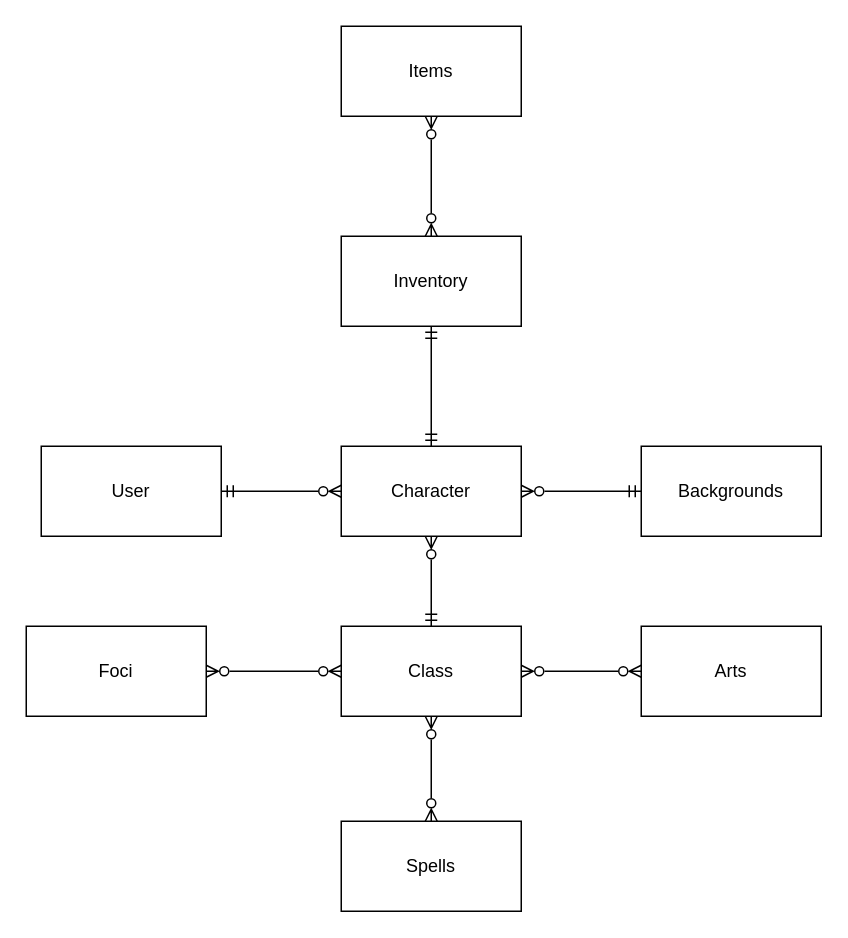
This is Diagrams/Basic ERD for WWN CB.drawio from JerryBruce/WWN-Character-Builder, a draw.io file, before an edit. Source tidied: cells renumbered, new cells numbered last; positions are measured from the earlier drawing's top-left corner, leaving out a move shared by most shapes. Both pictures are drawn from the tidied source at 150%, with x=0, y=0 at pixel (26, 26).
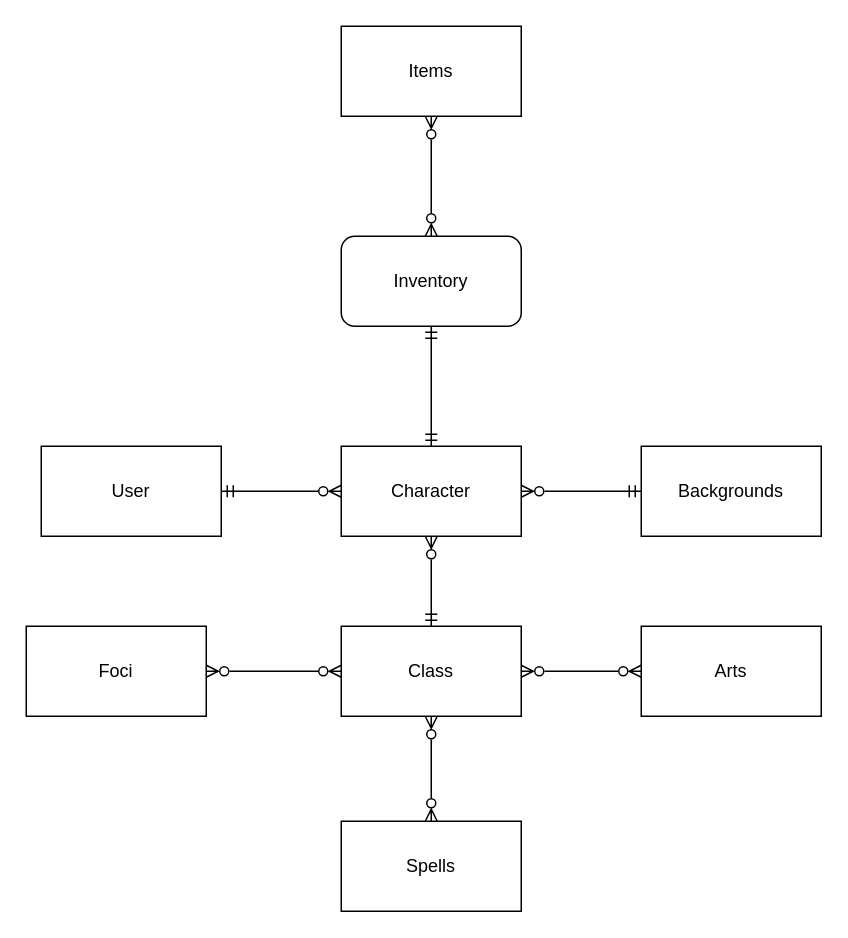
The same page after the edit.

Commit message (it also covers changes not shown here):
altered the ERD to reflect junction table, and added mock data for classes and foci

What changed in the source:
```diff
@@
 <mxGraphModel>
   <root>
     <mxCell id="0" />
     <mxCell id="1" parent="0" />
     <mxCell id="2" style="edgeStyle=orthogonalEdgeStyle;rounded=0;jettySize=auto;html=1;endArrow=ERzeroToMany;endFill=0;startArrow=ERmandOne;startFill=0;" parent="1" edge="1" source="3" target="7">
       <mxGeometry relative="1" as="geometry" />
     </mxCell>
     <mxCell id="3" value="User" style="rounded=0;whiteSpace=wrap;html=1;" parent="1" vertex="1">
       <mxGeometry x="10" y="280" width="120" height="60" as="geometry" />
     </mxCell>
     <mxCell id="4" style="edgeStyle=orthogonalEdgeStyle;rounded=0;jettySize=auto;html=1;startArrow=ERzeroToMany;startFill=0;endArrow=ERmandOne;endFill=0;" parent="1" edge="1" source="7" target="10">
       <mxGeometry relative="1" as="geometry" />
     </mxCell>
     <mxCell id="5" style="edgeStyle=orthogonalEdgeStyle;rounded=0;jettySize=auto;html=1;startArrow=ERmandOne;startFill=0;endArrow=ERmandOne;endFill=0;" parent="1" edge="1" source="7" target="14">
       <mxGeometry relative="1" as="geometry" />
     </mxCell>
     <mxCell id="6" style="edgeStyle=orthogonalEdgeStyle;rounded=0;jettySize=auto;html=1;startArrow=ERzeroToMany;startFill=0;endArrow=ERmandOne;endFill=0;" parent="1" edge="1" source="7" target="18">
       <mxGeometry relative="1" as="geometry" />
     </mxCell>
     <mxCell id="7" value="Character" style="whiteSpace=wrap;html=1;rounded=0;" parent="1" vertex="1">
       <mxGeometry x="210" y="280" width="120" height="60" as="geometry" />
     </mxCell>
     <mxCell id="8" style="edgeStyle=orthogonalEdgeStyle;rounded=0;jettySize=auto;html=1;exitX=0.5;exitY=1;exitDx=0;exitDy=0;startArrow=ERzeroToMany;startFill=0;endArrow=ERzeroToMany;endFill=0;" parent="1" edge="1" source="10" target="12">
       <mxGeometry relative="1" as="geometry" />
     </mxCell>
     <mxCell id="9" style="edgeStyle=orthogonalEdgeStyle;rounded=0;jettySize=auto;html=1;exitX=1;exitY=0.5;exitDx=0;exitDy=0;entryX=0;entryY=0.5;entryDx=0;entryDy=0;startArrow=ERzeroToMany;startFill=0;endArrow=ERzeroToMany;endFill=0;" parent="1" edge="1" source="10" target="11">
       <mxGeometry relative="1" as="geometry" />
     </mxCell>
     <mxCell id="10" value="Class" style="whiteSpace=wrap;html=1;rounded=0;" parent="1" vertex="1">
       <mxGeometry x="210" y="400" width="120" height="60" as="geometry" />
     </mxCell>
     <mxCell id="11" value="Arts" style="whiteSpace=wrap;html=1;rounded=0;" parent="1" vertex="1">
       <mxGeometry x="410" y="400" width="120" height="60" as="geometry" />
     </mxCell>
     <mxCell id="12" value="Spells" style="whiteSpace=wrap;html=1;rounded=0;" parent="1" vertex="1">
       <mxGeometry x="210" y="530" width="120" height="60" as="geometry" />
     </mxCell>
     <mxCell id="13" style="edgeStyle=orthogonalEdgeStyle;rounded=0;jettySize=auto;html=1;startArrow=ERzeroToMany;startFill=0;endArrow=ERzeroToMany;endFill=0;" parent="1" edge="1" source="14" target="17">
       <mxGeometry relative="1" as="geometry" />
     </mxCell>
-    <mxCell id="14" value="Inventory" style="whiteSpace=wrap;html=1;rounded=0;" parent="1" vertex="1">
+    <mxCell id="14" value="Inventory" style="whiteSpace=wrap;html=1;rounded=1;" parent="1" vertex="1">
       <mxGeometry x="210" y="140" width="120" height="60" as="geometry" />
     </mxCell>
     <mxCell id="15" style="edgeStyle=orthogonalEdgeStyle;rounded=0;jettySize=auto;html=1;endArrow=ERzeroToMany;endFill=0;startArrow=ERzeroToMany;startFill=0;" parent="1" edge="1" source="10" target="16">
       <mxGeometry relative="1" as="geometry" />
     </mxCell>
     <mxCell id="16" value="Foci" style="whiteSpace=wrap;html=1;rounded=0;" parent="1" vertex="1">
       <mxGeometry y="400" width="120" height="60" as="geometry" />
     </mxCell>
     <mxCell id="17" value="Items" style="whiteSpace=wrap;html=1;rounded=0;" parent="1" vertex="1">
       <mxGeometry x="210" width="120" height="60" as="geometry" />
     </mxCell>
     <mxCell id="18" value="Backgrounds" style="whiteSpace=wrap;html=1;rounded=0;" parent="1" vertex="1">
       <mxGeometry x="410" y="280" width="120" height="60" as="geometry" />
     </mxCell>
   </root>
 </mxGraphModel>
```
